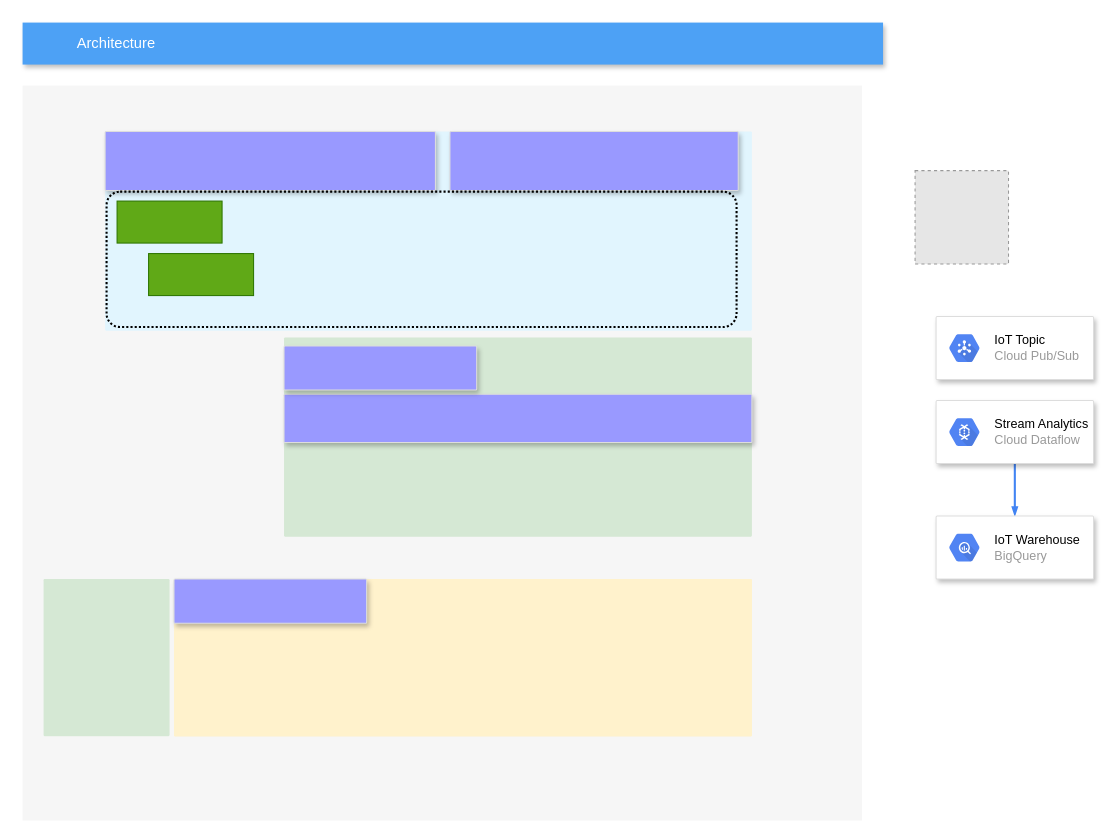
Before: craft/a_site_model_1.drawio in feihu618/drawio, a draw.io diagram. Source tidied: cells renumbered, new cells numbered last; positions are measured from the earlier drawing's top-left corner, leaving out a move shared by most shapes. Both pictures are drawn from the tidied source at 105%, with x=0, y=0 at pixel (22, 22). Pictures stored in the file or linked from it are replaced by grey dashed boxes.
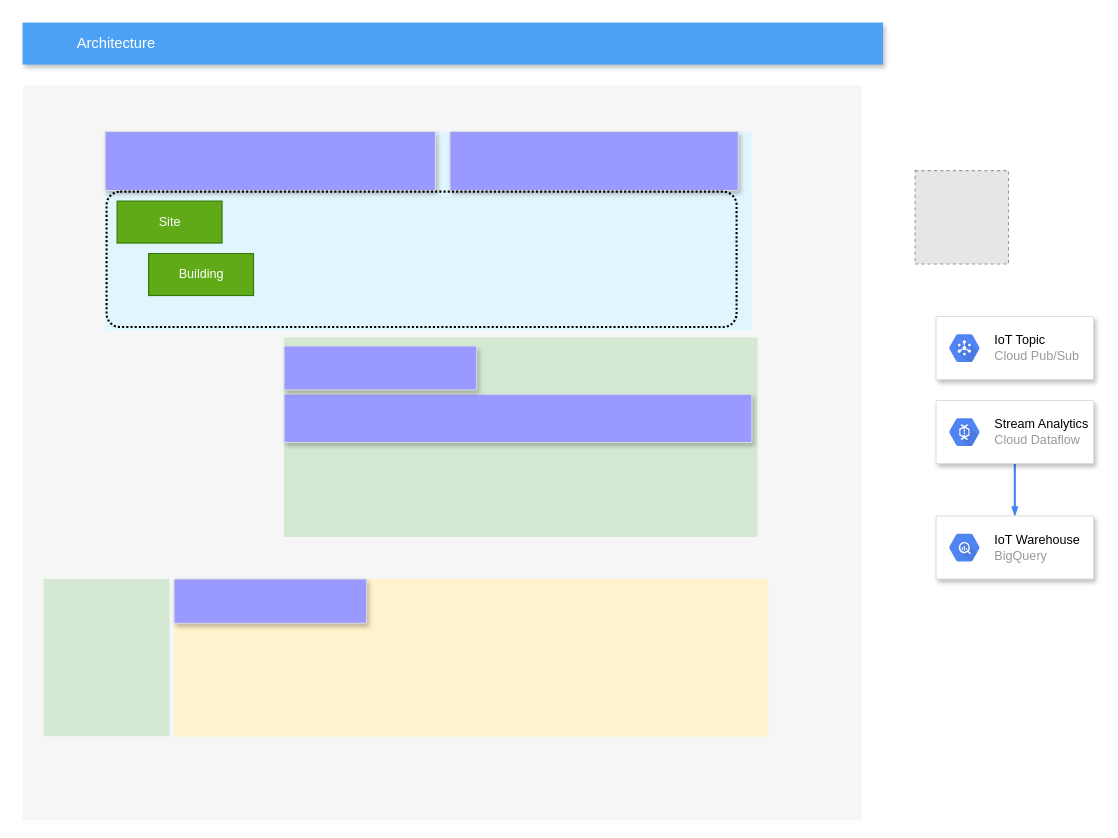
The same page after the edit.

The change refers to these unchanged cells:
```xml
<mxCell id="2" style="fillColor=#F6F6F6;strokeColor=none;shadow=0;gradientColor=none;fontSize=14;align=left;spacing=10;fontColor=#717171;9E9E9E;verticalAlign=top;spacingTop=-4;fontStyle=0;spacingLeft=40;html=1;" parent="1" vertex="1">
  <mxGeometry y="60" width="799.5" height="700" as="geometry" />
</mxCell>
```

The edit, as a diff of the source:
```diff
@@
     <mxCell id="5" style="rounded=1;absoluteArcSize=1;arcSize=2;html=1;strokeColor=#82b366;shadow=0;dashed=0;strokeColor=none;fontSize=12;align=left;verticalAlign=top;spacing=10;spacingTop=-4;fillColor=#d5e8d4;" parent="2" vertex="1">
-      <mxGeometry x="249" y="240" width="445.6" height="189.6" as="geometry" />
+      <mxGeometry x="249" y="240" width="451" height="190" as="geometry" />
     </mxCell>
     <mxCell id="6" style="rounded=1;absoluteArcSize=1;arcSize=2;html=1;strokeColor=#d6b656;shadow=0;dashed=0;strokeColor=none;fontSize=12;align=left;verticalAlign=top;spacing=10;spacingTop=-4;fillColor=#fff2cc;" parent="2" vertex="1">
-      <mxGeometry x="144.2" y="470" width="550.5" height="150" as="geometry" />
+      <mxGeometry x="144.2" y="470" width="565.8" height="150" as="geometry" />
     </mxCell>
@@
-    <mxCell id="12" style="html=1;dashed=0;whitespace=wrap;fillColor=#60a917;fontColor=#ffffff;strokeColor=#2D7600;" parent="2" vertex="1">
+    <mxCell id="12" value="Site" style="html=1;dashed=0;whitespace=wrap;fillColor=#60a917;fontColor=#ffffff;strokeColor=#2D7600;" parent="2" vertex="1">
       <mxGeometry x="90" y="110" width="100" height="40" as="geometry" />
     </mxCell>
-    <mxCell id="13" style="html=1;dashed=0;whitespace=wrap;fillColor=#60a917;fontColor=#ffffff;strokeColor=#2D7600;" parent="2" vertex="1">
+    <mxCell id="13" value="Building" style="html=1;dashed=0;whitespace=wrap;fillColor=#60a917;fontColor=#ffffff;strokeColor=#2D7600;" parent="2" vertex="1">
       <mxGeometry x="120" y="160" width="100" height="40" as="geometry" />
     </mxCell>
```
